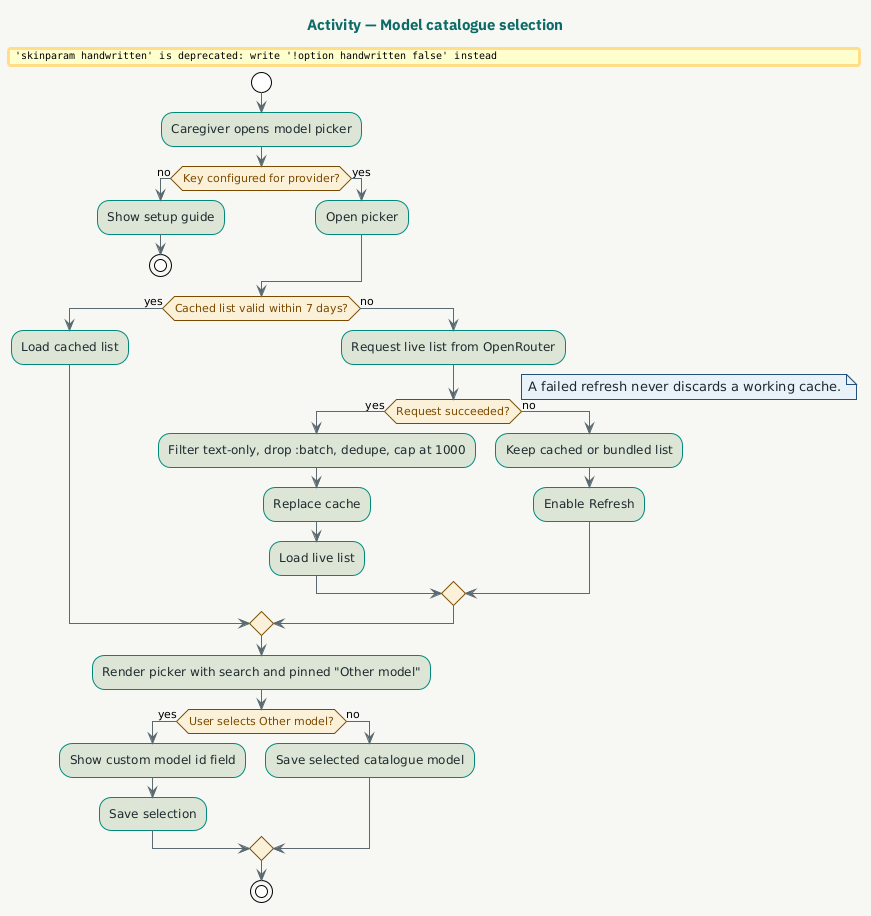
The PlantUML diagram docs/diagrams/activity/04-activity.png in alaa157/caregiver-daily-notes, before a commit.
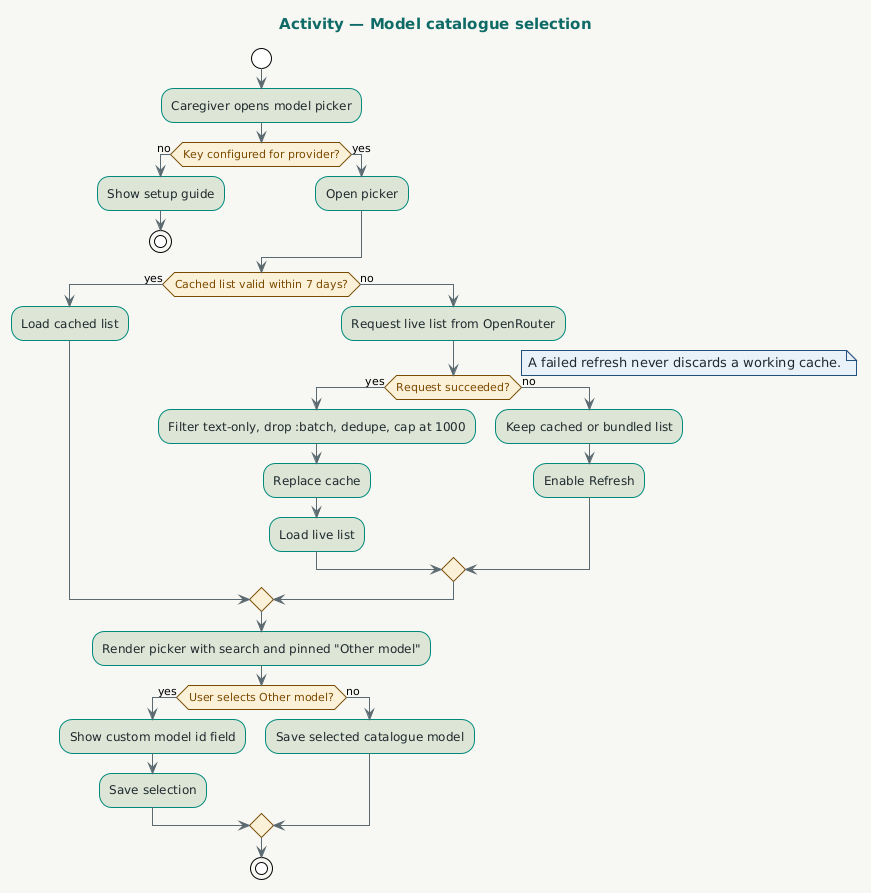
Above is the later version.

What changed in the source:
```diff
@@ -5,7 +5,7 @@
 skinparam fontName "IBM Plex Sans"
 skinparam fontSize 11
 skinparam shadowing false
-skinparam handwritten false
+!option handwritten false
 skinparam linetype ortho
 skinparam nodesep 30
 skinparam ranksep 40
```
